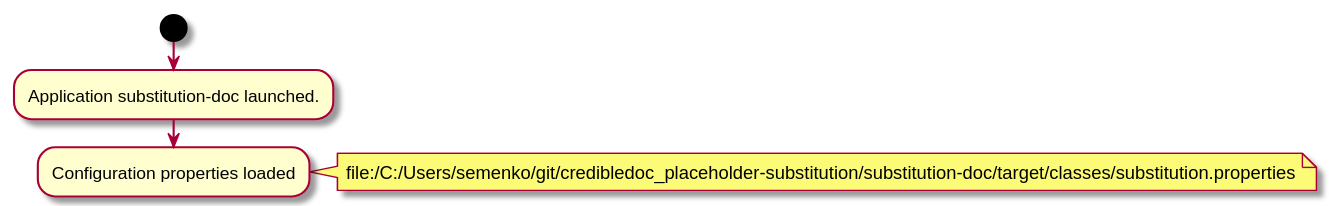
Before: substitution-doc/doc/img/diagrams.md_2.svg, a diagram exported from PlantUML (credibledoc/credible-doc). Source of this version:
```plantuml
@startuml
start
:Application substitution-doc launched.;

:Configuration properties loaded;
note right
file:/C:/Users/semenko/git/credibledoc_placeholder-substitution/substitution-doc/target/classes/substitution.properties
end note

@enduml
```
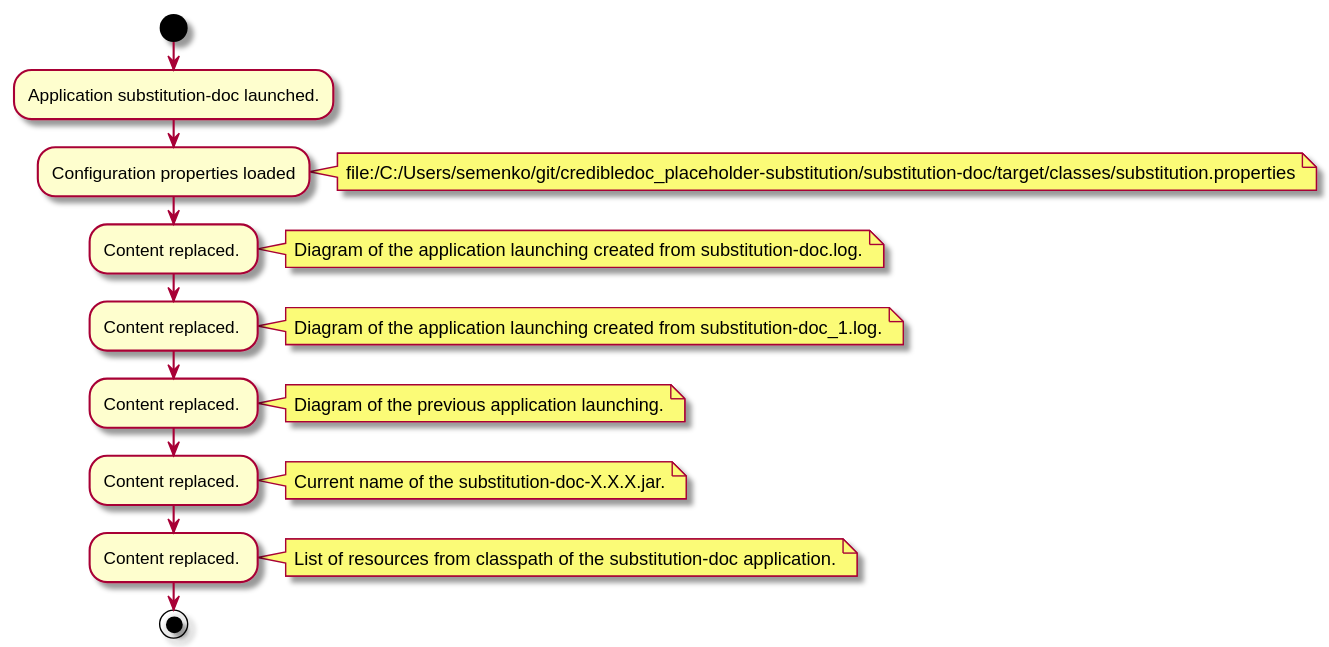
After the change.

The edit, as a diff of the source:
```diff
@@ -7,4 +7,31 @@
 file:/C:/Users/semenko/git/credibledoc_placeholder-substitution/substitution-doc/target/classes/substitution.properties
 end note
 
+:Content replaced. ;
+note right
+Diagram of the application launching created from substitution-doc.log.
+end note
+
+:Content replaced. ;
+note right
+Diagram of the application launching created from substitution-doc_1.log.
+end note
+
+:Content replaced. ;
+note right
+Diagram of the previous application launching.
+end note
+
+:Content replaced. ;
+note right
+Current name of the substitution-doc-X.X.X.jar.
+end note
+
+:Content replaced. ;
+note right
+List of resources from classpath of the substitution-doc application.
+end note
+
+stop
+
 @enduml
```
